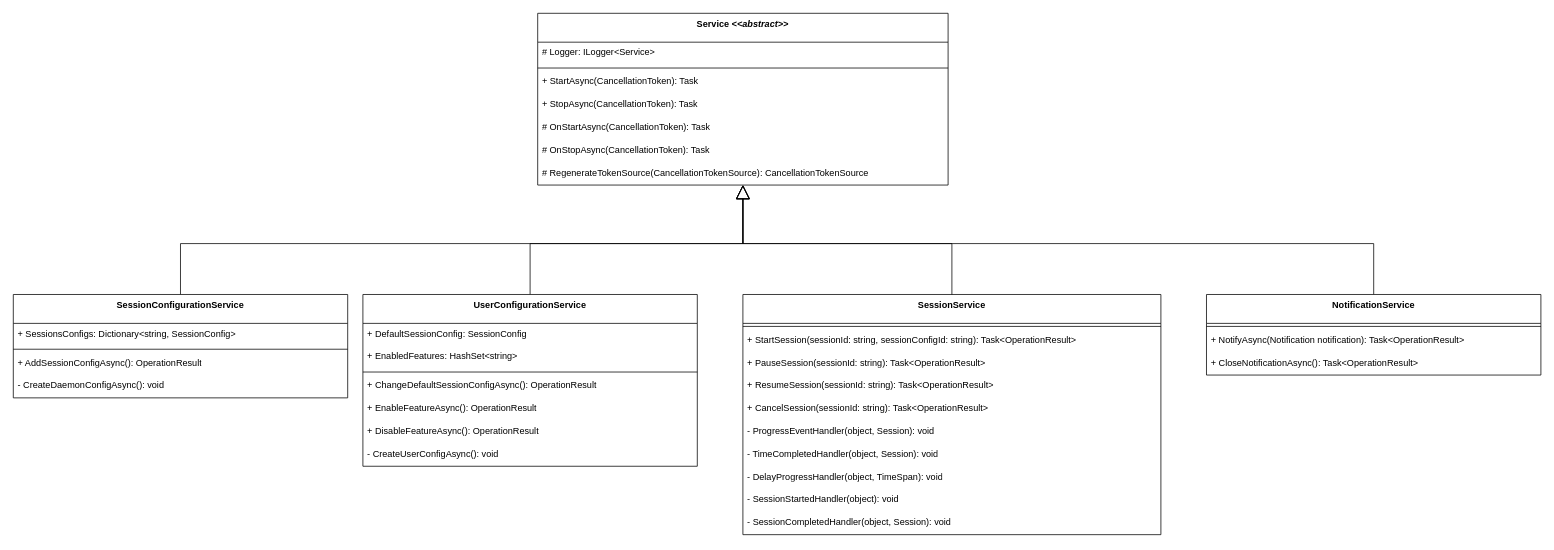
The draw.io diagram page "Services" (1 of 2) of docs/uml/UML.drawio in PabloStarOk/tiempito, before the edit. Source tidied: cells renumbered, new cells numbered last; positions are measured from the earlier drawing's top-left corner, leaving out a move shared by most shapes. Both pictures are drawn from the tidied source at 76%, with x=0, y=0 at pixel (13, 13).
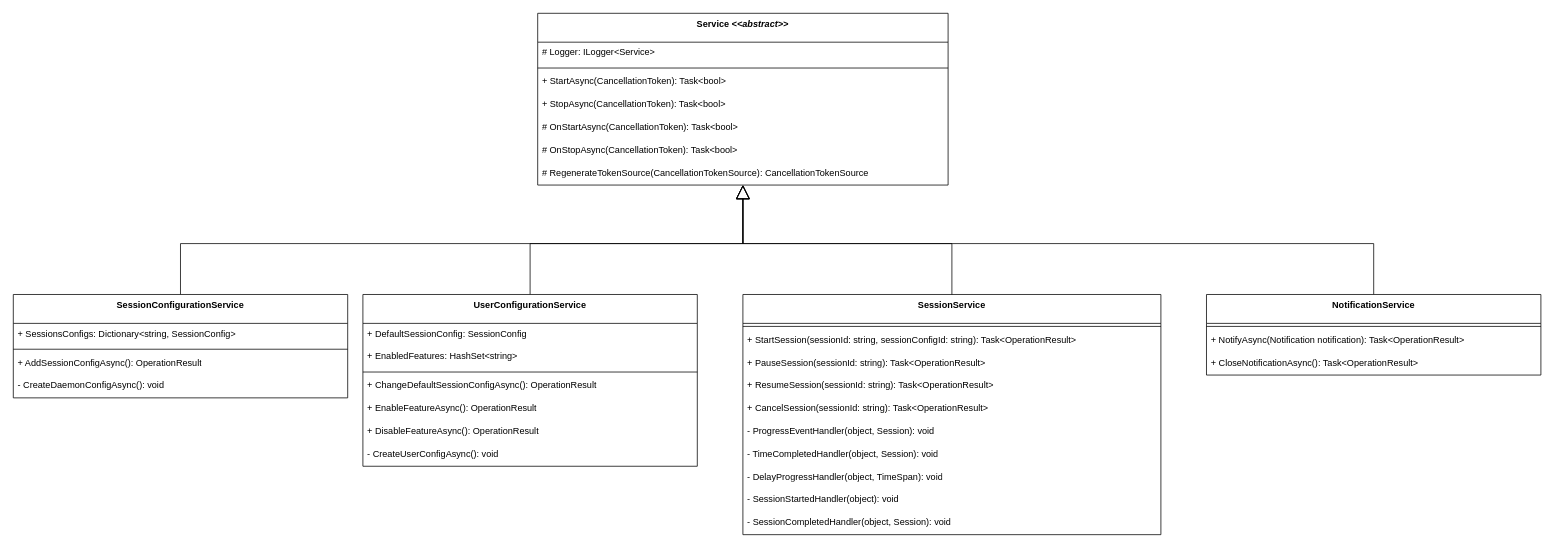
After the change.

The change refers to these unchanged cells:
```xml
<mxCell id="2" value="Service &lt;i&gt;&amp;lt;&amp;lt;abstract&amp;gt;&amp;gt;&lt;/i&gt;" style="swimlane;fontStyle=1;align=center;verticalAlign=top;horizontal=1;startSize=38;whiteSpace=wrap;html=1;" parent="1" vertex="1">
  <mxGeometry x="690" width="540" height="226" as="geometry" />
</mxCell>
```

Diff of the diagram source:
```diff
@@
-    <mxCell id="5" value="+ StartAsync(CancellationToken): Task" style="text;strokeColor=none;fillColor=none;align=left;verticalAlign=top;spacingLeft=4;spacingRight=4;overflow=hidden;whiteSpace=wrap;html=1;" parent="2" vertex="1">
+    <mxCell id="5" value="+ StartAsync(CancellationToken): Task&amp;lt;bool&amp;gt;" style="text;strokeColor=none;fillColor=none;align=left;verticalAlign=top;spacingLeft=4;spacingRight=4;overflow=hidden;whiteSpace=wrap;html=1;" parent="2" vertex="1">
       <mxGeometry y="76" width="540" height="30" as="geometry" />
     </mxCell>
-    <mxCell id="6" value="+ StopAsync(CancellationToken): Task" style="text;strokeColor=none;fillColor=none;align=left;verticalAlign=top;spacingLeft=4;spacingRight=4;overflow=hidden;whiteSpace=wrap;html=1;" parent="2" vertex="1">
+    <mxCell id="6" value="+ StopAsync(CancellationToken): Task&amp;lt;bool&amp;gt;" style="text;strokeColor=none;fillColor=none;align=left;verticalAlign=top;spacingLeft=4;spacingRight=4;overflow=hidden;whiteSpace=wrap;html=1;" parent="2" vertex="1">
       <mxGeometry y="106" width="540" height="30" as="geometry" />
     </mxCell>
-    <mxCell id="7" value="# OnStartAsync(CancellationToken): Task" style="text;strokeColor=none;fillColor=none;align=left;verticalAlign=top;spacingLeft=4;spacingRight=4;overflow=hidden;whiteSpace=wrap;html=1;" parent="2" vertex="1">
+    <mxCell id="7" value="# OnStartAsync(CancellationToken): Task&amp;lt;bool&amp;gt;" style="text;strokeColor=none;fillColor=none;align=left;verticalAlign=top;spacingLeft=4;spacingRight=4;overflow=hidden;whiteSpace=wrap;html=1;" parent="2" vertex="1">
       <mxGeometry y="136" width="540" height="30" as="geometry" />
     </mxCell>
-    <mxCell id="8" value="# OnStopAsync(CancellationToken): Task" style="text;strokeColor=none;fillColor=none;align=left;verticalAlign=top;spacingLeft=4;spacingRight=4;overflow=hidden;whiteSpace=wrap;html=1;" parent="2" vertex="1">
+    <mxCell id="8" value="# OnStopAsync(CancellationToken): Task&amp;lt;bool&amp;gt;" style="text;strokeColor=none;fillColor=none;align=left;verticalAlign=top;spacingLeft=4;spacingRight=4;overflow=hidden;whiteSpace=wrap;html=1;" parent="2" vertex="1">
       <mxGeometry y="166" width="540" height="30" as="geometry" />
     </mxCell>
```
